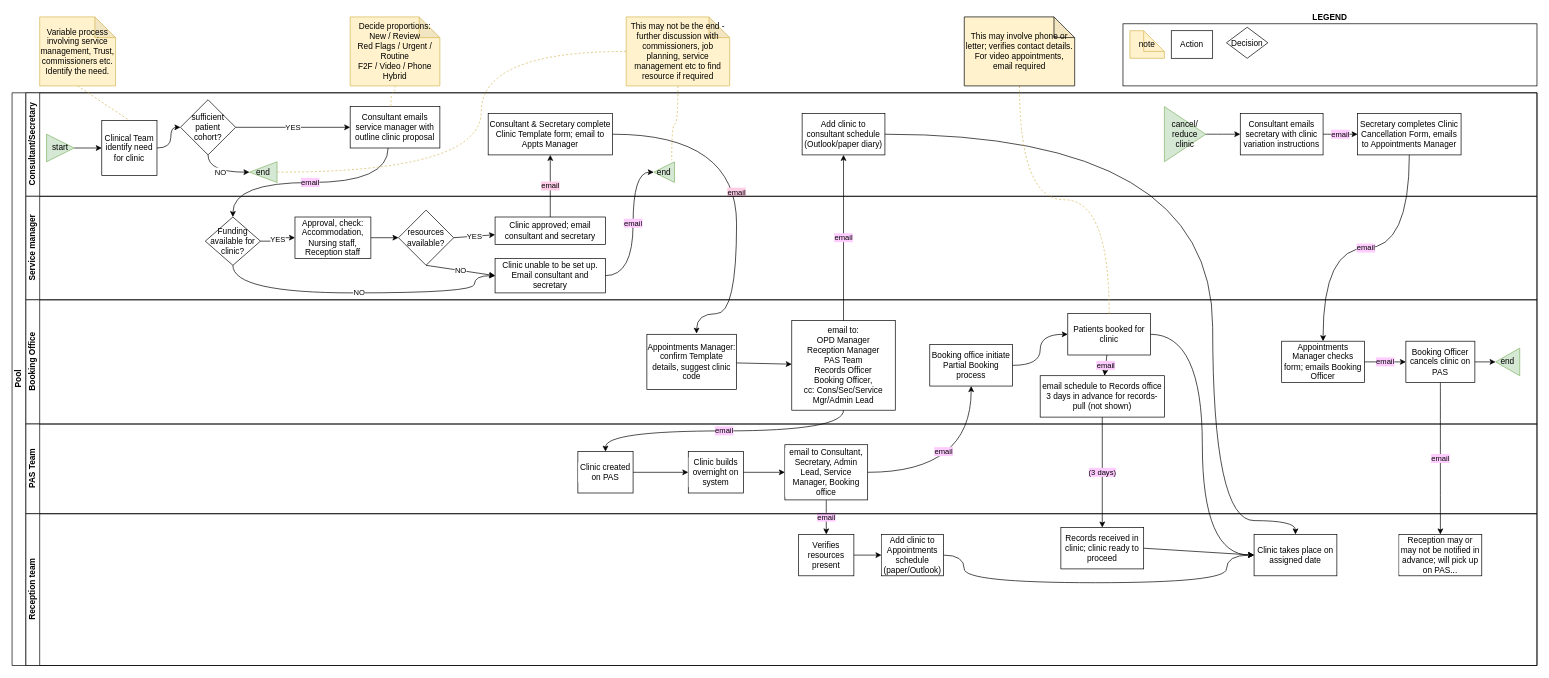
The draw.io diagram swimlane_clinictemplate1.drawio in shanemuk/waiting-lists, before the edit. Source tidied: cells renumbered, new cells numbered last; positions are measured from the earlier drawing's top-left corner, leaving out a move shared by most shapes. Both pictures are drawn from the tidied source at 69%, with x=0, y=0 at pixel (12, 17).
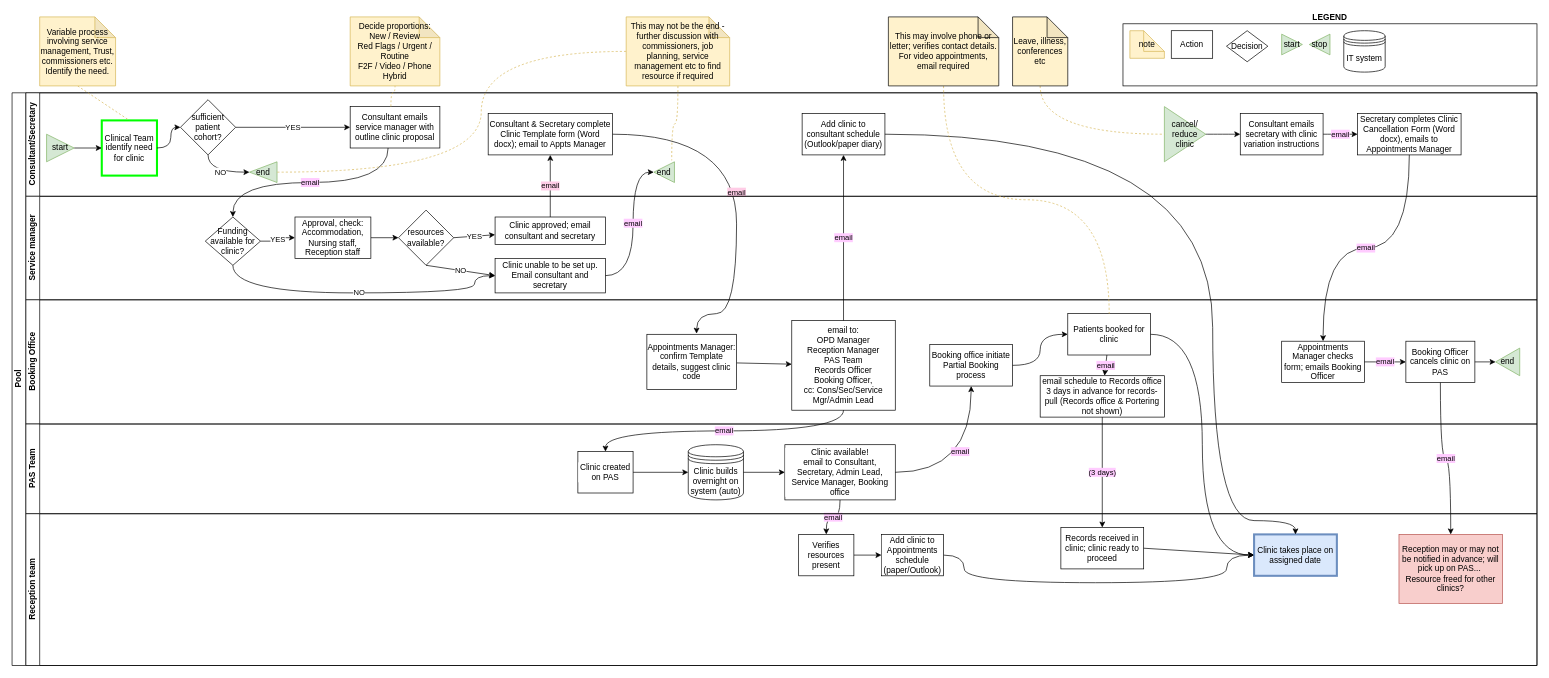
Above is the later version.

Commit message:
getting close to final version

The change refers to these unchanged cells:
```xml
<mxCell id="4" value="Consultant/Secretary" style="swimlane;html=1;startSize=20;horizontal=0;fillColor=default;strokeColor=default;fontColor=default;" parent="2" vertex="1">
  <mxGeometry x="20" width="2190" height="150" as="geometry" />
</mxCell>
<mxCell id="16" value="cancel/ reduce clinic" style="triangle;whiteSpace=wrap;html=1;labelBackgroundColor=none;comic=0;strokeColor=#82b366;fillColor=#d5e8d4;fontColor=default;" parent="4" vertex="1">
  <mxGeometry x="1650" y="20" width="60" height="80" as="geometry" />
</mxCell>
<mxCell id="29" value="Booking Office" style="swimlane;html=1;startSize=20;horizontal=0;fillColor=default;strokeColor=default;fontColor=default;" parent="2" vertex="1">
  <mxGeometry x="20" y="300" width="2190" height="180" as="geometry" />
</mxCell>
<mxCell id="44" value="PAS Team" style="swimlane;html=1;startSize=20;horizontal=0;fillColor=default;strokeColor=default;fontColor=default;" parent="2" vertex="1">
  <mxGeometry x="20" y="480" width="2190" height="130" as="geometry" />
</mxCell>
<mxCell id="52" value="Reception team" style="swimlane;html=1;startSize=20;horizontal=0;fillColor=default;strokeColor=default;fontColor=default;" parent="2" vertex="1">
  <mxGeometry x="20" y="610" width="2190" height="220" as="geometry" />
</mxCell>
```

What changed in the source:
```diff
@@
-    <mxCell id="6" value="Consultant &amp;amp; Secretary complete Clinic Template form; email to Appts Manager" style="whiteSpace=wrap;html=1;fontFamily=Helvetica;fontSize=12;fontColor=#000000;align=center;fillColor=default;strokeColor=default;" parent="4" vertex="1">
+    <mxCell id="6" value="Consultant &amp;amp; Secretary complete Clinic Template form (Word docx); email to Appts Manager" style="whiteSpace=wrap;html=1;fontFamily=Helvetica;fontSize=12;fontColor=#000000;align=center;fillColor=default;strokeColor=default;" parent="4" vertex="1">
       <mxGeometry x="670" y="30" width="180" height="60" as="geometry" />
     </mxCell>
@@
-    <mxCell id="8" value="Clinical Team identify need for clinic" style="whiteSpace=wrap;html=1;fontColor=default;strokeColor=default;fillColor=default;" parent="4" vertex="1">
+    <mxCell id="8" value="Clinical Team identify need for clinic" style="whiteSpace=wrap;html=1;fontColor=default;strokeColor=#00FF00;fillColor=default;strokeWidth=3;" parent="4" vertex="1">
       <mxGeometry x="110" y="40" width="80" height="80" as="geometry" />
     </mxCell>
@@
-    <mxCell id="17" value="Secretary completes Clinic Cancellation Form, emails to Appointments Manager" style="whiteSpace=wrap;html=1;fillColor=none;comic=0;" parent="4" vertex="1">
+    <mxCell id="17" value="Secretary completes Clinic Cancellation Form (Word docx), emails to Appointments Manager" style="whiteSpace=wrap;html=1;fillColor=none;comic=0;" parent="4" vertex="1">
       <mxGeometry x="1930" y="30" width="150" height="60" as="geometry" />
     </mxCell>
@@
-    <mxCell id="36" value="email schedule to Records office 3 days in advance for records-pull (not shown)" style="whiteSpace=wrap;html=1;fontColor=#000000;fillColor=default;strokeColor=default;" parent="29" vertex="1">
+    <mxCell id="36" value="email schedule to Records office 3 days in advance for records-pull (Records office &amp;amp; Portering not shown)" style="whiteSpace=wrap;html=1;fontColor=#000000;fillColor=default;strokeColor=default;" parent="29" vertex="1">
       <mxGeometry x="1470" y="110" width="180" height="60" as="geometry" />
     </mxCell>
@@
-    <mxCell id="47" value="Clinic builds overnight on system" style="rounded=0;whiteSpace=wrap;html=1;fontFamily=Helvetica;fontSize=12;fontColor=default;align=center;strokeColor=default;labelBackgroundColor=default;" parent="44" vertex="1">
-      <mxGeometry x="960" y="40" width="80" height="60" as="geometry" />
+    <mxCell id="47" value="Clinic builds overnight on system (auto)" style="shape=datastore;rounded=0;whiteSpace=wrap;html=1;fontFamily=Helvetica;fontSize=12;fontColor=default;align=center;strokeColor=default;labelBackgroundColor=none;" parent="44" vertex="1">
+      <mxGeometry x="960" y="30" width="80" height="80" as="geometry" />
     </mxCell>
-    <mxCell id="48" value="email to Consultant, Secretary, Admin Lead, Service Manager, Booking office" style="whiteSpace=wrap;html=1;rounded=0;fontColor=default;strokeColor=default;labelBackgroundColor=default;fillColor=default;" parent="44" vertex="1">
-      <mxGeometry x="1100" y="30" width="120" height="80" as="geometry" />
+    <mxCell id="48" value="Clinic available!&lt;br&gt;email to Consultant, Secretary, Admin Lead, Service Manager, Booking office" style="whiteSpace=wrap;html=1;rounded=0;fontColor=default;strokeColor=default;labelBackgroundColor=default;fillColor=default;" parent="44" vertex="1">
+      <mxGeometry x="1100" y="30" width="160" height="80" as="geometry" />
     </mxCell>
@@
-    <mxCell id="59" value="Clinic takes place on assigned date" style="rounded=0;whiteSpace=wrap;html=1;" parent="52" vertex="1">
+    <mxCell id="59" value="Clinic takes place on assigned date" style="rounded=0;whiteSpace=wrap;html=1;strokeWidth=3;fillColor=#dae8fc;strokeColor=#6c8ebf;" parent="52" vertex="1">
       <mxGeometry x="1780" y="30" width="120" height="60" as="geometry" />
     </mxCell>
-    <mxCell id="60" value="Reception may or may not be notified in advance; will pick up on PAS..." style="whiteSpace=wrap;html=1;fillColor=none;comic=0;labelBackgroundColor=#FFFFFF;" parent="52" vertex="1">
-      <mxGeometry x="1990" y="30" width="120" height="60" as="geometry" />
+    <mxCell id="60" value="Reception may or may not be notified in advance; will pick up on PAS...&amp;nbsp;&lt;br&gt;Resource freed for other clinics?" style="whiteSpace=wrap;html=1;fillColor=#f8cecc;comic=0;labelBackgroundColor=none;strokeColor=#b85450;" parent="52" vertex="1">
+      <mxGeometry x="1990" y="30" width="150" height="100" as="geometry" />
     </mxCell>
@@
     <mxCell id="79" value="This may involve phone or letter; verifies contact details. For video appointments, email required" style="shape=note;whiteSpace=wrap;html=1;backgroundOutline=1;darkOpacity=0.05;labelBackgroundColor=none;fillColor=#FFF2CC;" parent="1" vertex="1">
-      <mxGeometry x="1380" width="160" height="100" as="geometry" />
+      <mxGeometry x="1270" width="160" height="100" as="geometry" />
     </mxCell>
@@
     <mxCell id="83" value="Decision" style="rhombus;whiteSpace=wrap;html=1;labelBackgroundColor=none;fillColor=none;" parent="1" vertex="1">
-      <mxGeometry x="1760" y="15" width="60" height="45" as="geometry" />
+      <mxGeometry x="1760" y="20" width="60" height="45" as="geometry" />
     </mxCell>
@@
+    <mxCell id="87" value="stop" style="triangle;direction=west;whiteSpace=wrap;html=1;comic=0;fillColor=#d5e8d4;strokeColor=#82b366;fontColor=default;" parent="1" vertex="1">
+      <mxGeometry x="1880" y="25" width="30" height="30" as="geometry" />
+    </mxCell>
+    <mxCell id="88" value="start" style="triangle;whiteSpace=wrap;html=1;fillColor=#d5e8d4;strokeColor=#82b366;fontColor=default;" parent="1" vertex="1">
+      <mxGeometry x="1840" y="25" width="30" height="30" as="geometry" />
+    </mxCell>
+    <mxCell id="89" value="IT system" style="shape=datastore;whiteSpace=wrap;html=1;labelBackgroundColor=none;strokeWidth=1;fillColor=none;" parent="1" vertex="1">
+      <mxGeometry x="1930" y="20" width="60" height="60" as="geometry" />
+    </mxCell>
+    <mxCell id="90" style="edgeStyle=orthogonalEdgeStyle;curved=1;rounded=0;jettySize=auto;html=1;exitX=0.5;exitY=1;exitDx=0;exitDy=0;exitPerimeter=0;entryX=0;entryY=0.5;entryDx=0;entryDy=0;dashed=1;labelBackgroundColor=#FFCCFF;endArrow=none;endFill=0;fillColor=#fff2cc;strokeColor=#d6b656;" parent="1" edge="1" source="91" target="16">
+      <mxGeometry relative="1" as="geometry" />
+    </mxCell>
+    <mxCell id="91" value="Leave, illness, conferences etc" style="shape=note;whiteSpace=wrap;html=1;backgroundOutline=1;darkOpacity=0.05;labelBackgroundColor=none;strokeWidth=1;fillColor=#fff2cc;strokeColor=#000000;" parent="1" vertex="1">
+      <mxGeometry x="1450" width="80" height="100" as="geometry" />
+    </mxCell>
```
